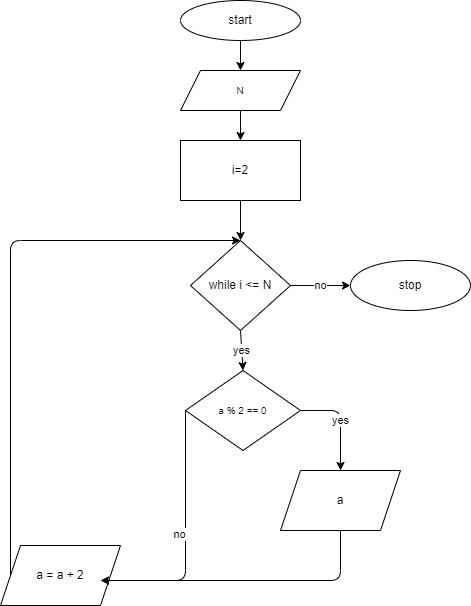
This is Les04/example.drawio.png from Zemburych/LESSONALL, a draw.io export, as it was before one commit. Source tidied: cells renumbered, new cells last; positions are measured from the earlier drawing's top-left corner, leaving out a move shared by most shapes.
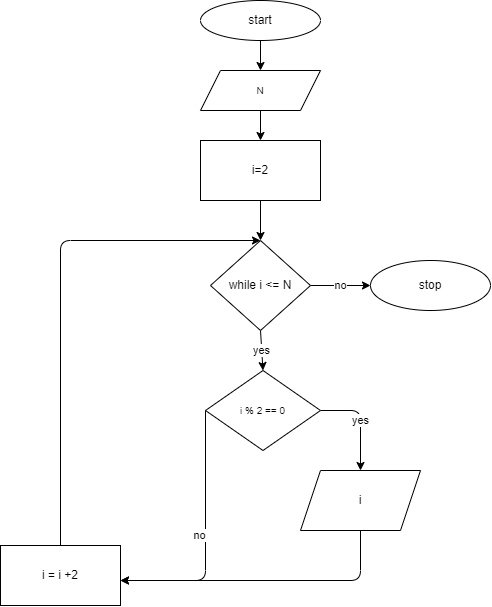
After the change.

Commit message:
Исправили переменную

The edit, as a diff of the source:
```diff
@@ -32,23 +32,20 @@
         <mxPoint y="-1" as="offset" />
       </mxGeometry>
     </mxCell>
-    <mxCell id="8" value="&lt;span style=&quot;font-size: 10px&quot;&gt;a % 2 == 0&lt;/span&gt;" style="rhombus;whiteSpace=wrap;html=1;" parent="1" vertex="1">
+    <mxCell id="8" value="&lt;span style=&quot;font-size: 10px&quot;&gt;i % 2 == 0&lt;/span&gt;" style="rhombus;whiteSpace=wrap;html=1;" parent="1" vertex="1">
       <mxGeometry x="185" y="370" width="115" height="80" as="geometry" />
     </mxCell>
     <mxCell id="9" value="stop" style="ellipse;whiteSpace=wrap;html=1;" parent="1" vertex="1">
       <mxGeometry x="350" y="260" width="120" height="50" as="geometry" />
     </mxCell>
-    <mxCell id="10" style="edgeStyle=none;html=1;exitX=0;exitY=0.5;exitDx=0;exitDy=0;entryX=0.5;entryY=0;entryDx=0;entryDy=0;" parent="1" edge="1" source="11" target="16">
+    <mxCell id="10" style="edgeStyle=none;html=1;exitX=0.5;exitY=0;exitDx=0;exitDy=0;entryX=0.5;entryY=0;entryDx=0;entryDy=0;" parent="1" edge="1" source="19" target="16">
       <mxGeometry relative="1" as="geometry">
         <Array as="points">
-          <mxPoint x="10" y="240" />
+          <mxPoint x="40" y="240" />
         </Array>
       </mxGeometry>
     </mxCell>
-    <mxCell id="11" value="a = a + 2" style="shape=parallelogram;perimeter=parallelogramPerimeter;whiteSpace=wrap;html=1;fixedSize=1;" parent="1" vertex="1">
-      <mxGeometry y="545" width="120" height="60" as="geometry" />
-    </mxCell>
-    <mxCell id="12" style="edgeStyle=none;html=1;exitX=0.5;exitY=1;exitDx=0;exitDy=0;entryX=1;entryY=0.5;entryDx=0;entryDy=0;" parent="1" edge="1" source="13">
+    <mxCell id="12" style="edgeStyle=none;html=1;exitX=0.5;exitY=1;exitDx=0;exitDy=0;" parent="1" edge="1" source="13">
       <mxGeometry relative="1" as="geometry">
         <mxPoint x="100" y="580" as="targetPoint" />
         <Array as="points">
@@ -56,7 +53,7 @@
         </Array>
       </mxGeometry>
     </mxCell>
-    <mxCell id="13" value="a" style="shape=parallelogram;perimeter=parallelogramPerimeter;whiteSpace=wrap;html=1;fixedSize=1;" parent="1" vertex="1">
+    <mxCell id="13" value="i" style="shape=parallelogram;perimeter=parallelogramPerimeter;whiteSpace=wrap;html=1;fixedSize=1;" parent="1" vertex="1">
       <mxGeometry x="280" y="470" width="120" height="60" as="geometry" />
     </mxCell>
     <mxCell id="14" value="yes" style="edgeStyle=none;html=1;exitX=0.5;exitY=1;exitDx=0;exitDy=0;entryX=0.5;entryY=0;entryDx=0;entryDy=0;" parent="1" edge="1" source="16" target="8">
@@ -74,5 +71,8 @@
     <mxCell id="18" value="i=2" style="rounded=0;whiteSpace=wrap;html=1;" parent="1" vertex="1">
       <mxGeometry x="180" y="140" width="120" height="60" as="geometry" />
     </mxCell>
+    <mxCell id="19" value="i = i +2" style="rounded=0;whiteSpace=wrap;html=1;" parent="1" vertex="1">
+      <mxGeometry x="-20" y="545" width="120" height="60" as="geometry" />
+    </mxCell>
   </root>
 </mxGraphModel>
```
